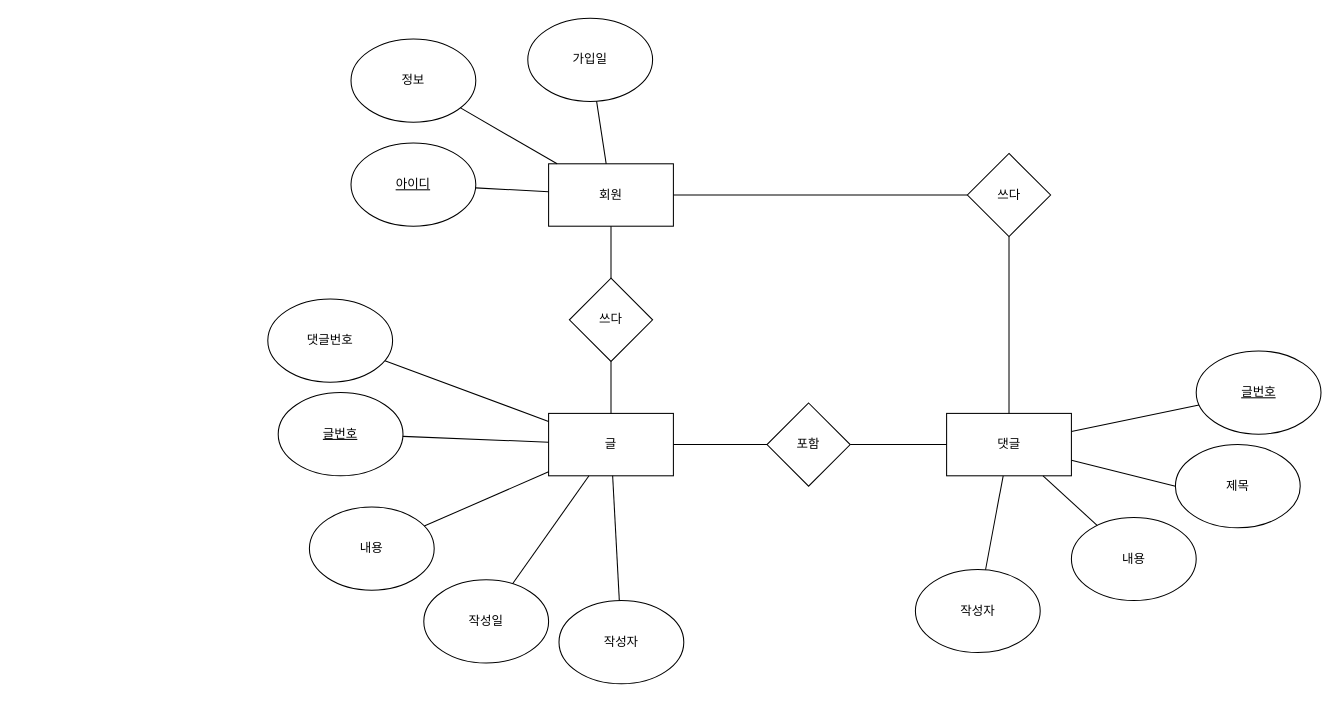
The draw.io diagram database/1016.drawio in ParkJeong/course, before the edit. Source tidied: cells renumbered, new cells numbered last; positions are measured from the earlier drawing's top-left corner, leaving out a move shared by most shapes. Both pictures are drawn from the tidied source at 104%, with x=0, y=0 at pixel (267, 18).
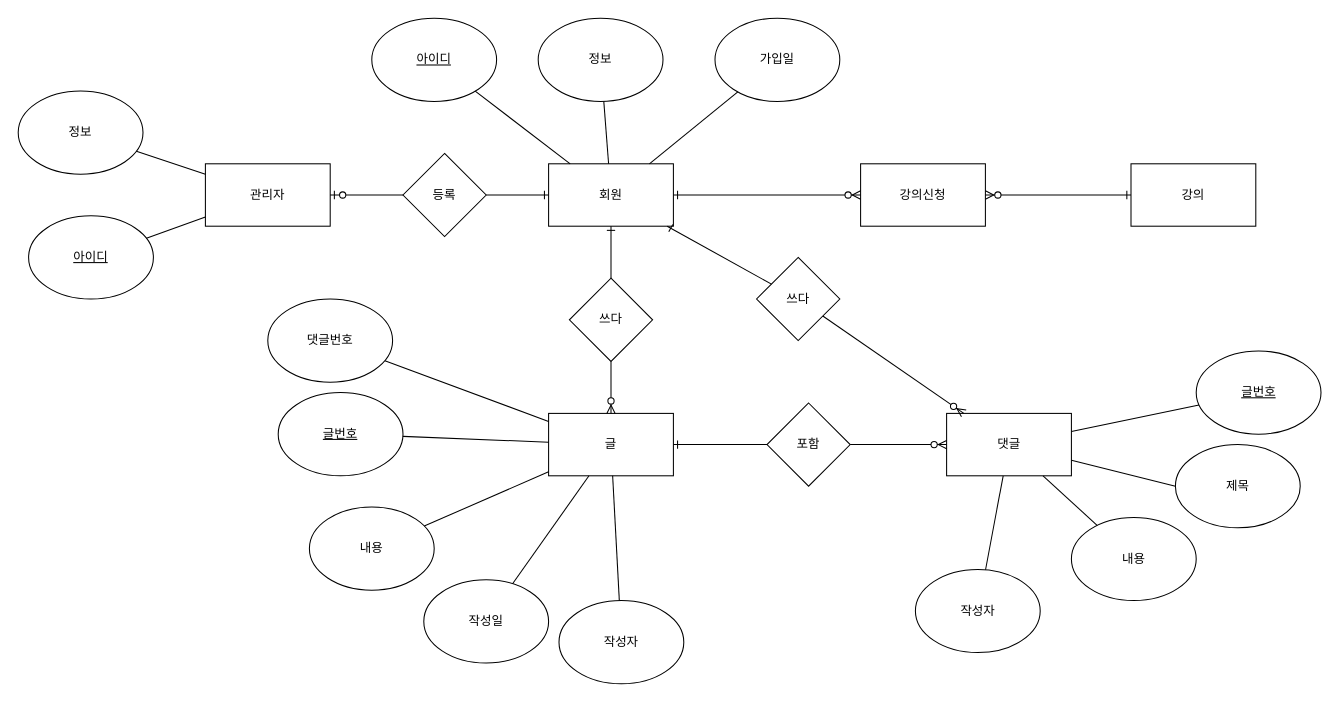
The same page after the edit.

The change refers to these unchanged cells:
```xml
<mxCell id="2" value="회원" style="rounded=0;whiteSpace=wrap;html=1;" parent="1" vertex="1">
  <mxGeometry x="270" y="140" width="120" height="60" as="geometry" />
</mxCell>
<mxCell id="3" value="댓글" style="rounded=0;whiteSpace=wrap;html=1;" parent="1" vertex="1">
  <mxGeometry x="652.7" y="380" width="120" height="60" as="geometry" />
</mxCell>
<mxCell id="4" value="글" style="rounded=0;whiteSpace=wrap;html=1;" parent="1" vertex="1">
  <mxGeometry x="270" y="380" width="120" height="60" as="geometry" />
</mxCell>
<mxCell id="29" value="쓰다" style="rhombus;whiteSpace=wrap;html=1;" parent="1" vertex="1">
  <mxGeometry x="290" y="250" width="80" height="80" as="geometry" />
</mxCell>
<mxCell id="31" value="포함" style="rhombus;whiteSpace=wrap;html=1;" parent="1" vertex="1">
  <mxGeometry x="480" y="370" width="80" height="80" as="geometry" />
</mxCell>
```

Change to the diagram source:
```diff
@@
     <mxCell id="5" value="정보" style="ellipse;whiteSpace=wrap;html=1;" parent="1" vertex="1">
-      <mxGeometry x="80" y="20" width="120" height="80" as="geometry" />
+      <mxGeometry x="260" width="120" height="80" as="geometry" />
     </mxCell>
     <mxCell id="6" value="&lt;u&gt;아이디&lt;/u&gt;" style="ellipse;whiteSpace=wrap;html=1;" parent="1" vertex="1">
-      <mxGeometry x="80" y="120" width="120" height="80" as="geometry" />
+      <mxGeometry x="100" width="120" height="80" as="geometry" />
     </mxCell>
     <mxCell id="7" value="가입일" style="ellipse;whiteSpace=wrap;html=1;" parent="1" vertex="1">
-      <mxGeometry x="250" width="120" height="80" as="geometry" />
+      <mxGeometry x="430" width="120" height="80" as="geometry" />
     </mxCell>
@@
     <mxCell id="30" value="쓰다" style="rhombus;whiteSpace=wrap;html=1;" parent="1" vertex="1">
-      <mxGeometry x="672.7" y="130" width="80" height="80" as="geometry" />
+      <mxGeometry x="470" y="230" width="80" height="80" as="geometry" />
     </mxCell>
@@
-    <mxCell id="32" style="endArrow=none;html=1;" parent="1" edge="1" source="4" target="31">
+    <mxCell id="32" style="endArrow=none;html=1;startArrow=ERone;startFill=0;" parent="1" edge="1" source="4" target="31">
       <mxGeometry relative="1" as="geometry" />
     </mxCell>
-    <mxCell id="33" style="endArrow=none;html=1;" parent="1" edge="1" source="31" target="3">
+    <mxCell id="33" style="endArrow=ERzeroToMany;html=1;endFill=1;" parent="1" edge="1" source="31" target="3">
       <mxGeometry relative="1" as="geometry" />
     </mxCell>
-    <mxCell id="34" style="endArrow=none;html=1;" parent="1" edge="1" source="29" target="2">
+    <mxCell id="34" style="endArrow=ERone;html=1;endFill=0;" parent="1" edge="1" source="29" target="2">
       <mxGeometry relative="1" as="geometry" />
     </mxCell>
-    <mxCell id="35" style="endArrow=none;html=1;" parent="1" edge="1" source="29" target="4">
+    <mxCell id="35" style="endArrow=ERzeroToMany;html=1;endFill=1;" parent="1" edge="1" source="29" target="4">
       <mxGeometry relative="1" as="geometry" />
     </mxCell>
-    <mxCell id="36" style="endArrow=none;html=1;" parent="1" edge="1" source="3" target="30">
+    <mxCell id="36" style="endArrow=none;html=1;startArrow=ERzeroToMany;startFill=1;" parent="1" edge="1" source="3" target="30">
       <mxGeometry relative="1" as="geometry" />
     </mxCell>
-    <mxCell id="37" style="endArrow=none;html=1;" parent="1" edge="1" source="2" target="30">
+    <mxCell id="37" style="endArrow=none;html=1;startArrow=ERone;startFill=0;" parent="1" edge="1" source="2" target="30">
       <mxGeometry relative="1" as="geometry" />
     </mxCell>
+    <mxCell id="38" value="관리자" style="rounded=0;whiteSpace=wrap;html=1;" parent="1" vertex="1">
+      <mxGeometry x="-60" y="140" width="120" height="60" as="geometry" />
+    </mxCell>
+    <mxCell id="39" style="edgeStyle=orthogonalEdgeStyle;rounded=0;jettySize=auto;html=1;exitX=1;exitY=0.5;exitDx=0;exitDy=0;entryX=0;entryY=0.5;entryDx=0;entryDy=0;startArrow=none;startFill=0;endArrow=ERone;endFill=0;" parent="1" edge="1" source="41" target="2">
+      <mxGeometry relative="1" as="geometry" />
+    </mxCell>
+    <mxCell id="40" style="edgeStyle=orthogonalEdgeStyle;rounded=0;jettySize=auto;html=1;exitX=0;exitY=0.5;exitDx=0;exitDy=0;entryX=1;entryY=0.5;entryDx=0;entryDy=0;startArrow=none;startFill=0;endArrow=ERzeroToOne;endFill=1;" parent="1" edge="1" source="41" target="38">
+      <mxGeometry relative="1" as="geometry" />
+    </mxCell>
+    <mxCell id="41" value="등록" style="rhombus;whiteSpace=wrap;html=1;" parent="1" vertex="1">
+      <mxGeometry x="130" y="130" width="80" height="80" as="geometry" />
+    </mxCell>
+    <mxCell id="42" value="&lt;u&gt;아이디&lt;/u&gt;" style="ellipse;whiteSpace=wrap;html=1;" parent="1" vertex="1">
+      <mxGeometry x="-230" y="190" width="120" height="80" as="geometry" />
+    </mxCell>
+    <mxCell id="43" value="정보" style="ellipse;whiteSpace=wrap;html=1;" parent="1" vertex="1">
+      <mxGeometry x="-240" y="70" width="120" height="80" as="geometry" />
+    </mxCell>
+    <mxCell id="44" style="endArrow=none;html=1;" parent="1" edge="1" source="42" target="38">
+      <mxGeometry relative="1" as="geometry" />
+    </mxCell>
+    <mxCell id="45" style="endArrow=none;html=1;" parent="1" edge="1" source="43" target="38">
+      <mxGeometry relative="1" as="geometry" />
+    </mxCell>
+    <mxCell id="46" value="강의신청" style="rounded=0;whiteSpace=wrap;html=1;" parent="1" vertex="1">
+      <mxGeometry x="570" y="140" width="120" height="60" as="geometry" />
+    </mxCell>
+    <mxCell id="47" value="강의" style="rounded=0;whiteSpace=wrap;html=1;" parent="1" vertex="1">
+      <mxGeometry x="830" y="140" width="120" height="60" as="geometry" />
+    </mxCell>
+    <mxCell id="48" style="endArrow=ERzeroToMany;html=1;endFill=1;startArrow=ERone;startFill=0;" parent="1" edge="1" source="2" target="46">
+      <mxGeometry relative="1" as="geometry" />
+    </mxCell>
+    <mxCell id="49" style="endArrow=ERone;html=1;startArrow=ERzeroToMany;startFill=1;endFill=0;" parent="1" edge="1" source="46" target="47">
+      <mxGeometry relative="1" as="geometry" />
+    </mxCell>
```
